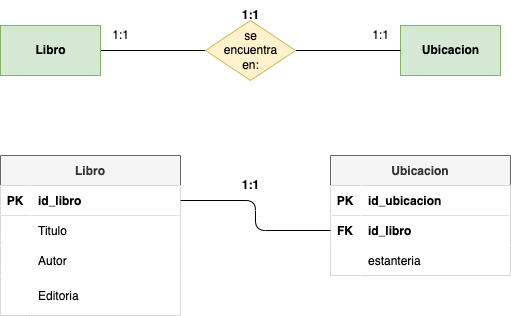
This is tareas/tarea-3/images/ejercicio1.drawio.png from deylansystem/actividadesBAE, a draw.io export, as it was before one commit. Source tidied: cells renumbered, new cells last; positions are measured from the earlier drawing's top-left corner, leaving out a move shared by most shapes.
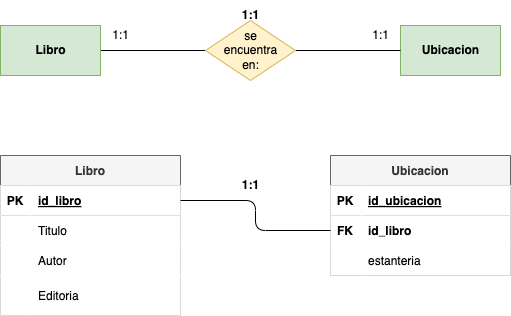
Above is the later version.

What changed in the source:
```diff
@@ -35,7 +35,7 @@
     <mxCell id="12" value="PK" style="shape=partialRectangle;fillColor=#FFFFFF;top=0;left=0;bottom=0;right=0;fontStyle=1;overflow=hidden;fontColor=#000000;" parent="11" vertex="1">
       <mxGeometry width="30" height="30" as="geometry" />
     </mxCell>
-    <mxCell id="13" value="id_libro" style="shape=partialRectangle;fillColor=#FFFFFF;top=0;left=0;bottom=0;right=0;align=left;spacingLeft=6;fontStyle=1;overflow=hidden;fontColor=#000000;" parent="11" vertex="1">
+    <mxCell id="13" value="id_libro" style="shape=partialRectangle;fillColor=#FFFFFF;top=0;left=0;bottom=0;right=0;align=left;spacingLeft=6;fontStyle=5;overflow=hidden;fontColor=#000000;" parent="11" vertex="1">
       <mxGeometry x="30" width="150" height="30" as="geometry" />
     </mxCell>
     <mxCell id="14" style="shape=tableRow;horizontal=0;startSize=0;swimlaneHead=0;swimlaneBody=0;fillColor=#FFFFFF;top=0;left=0;right=0;bottom=0;fontColor=#000000;" parent="10" vertex="1">
@@ -74,7 +74,7 @@
     <mxCell id="25" value="PK" style="shape=partialRectangle;fillColor=#FFFFFF;top=0;left=0;bottom=0;right=0;fontStyle=1;overflow=hidden;fontColor=#000000;" parent="24" vertex="1">
       <mxGeometry width="30" height="30" as="geometry" />
     </mxCell>
-    <mxCell id="26" value="id_ubicacion" style="shape=partialRectangle;fillColor=#FFFFFF;top=0;left=0;bottom=0;right=0;align=left;spacingLeft=6;fontStyle=1;overflow=hidden;fontColor=#000000;" parent="24" vertex="1">
+    <mxCell id="26" value="id_ubicacion" style="shape=partialRectangle;fillColor=#FFFFFF;top=0;left=0;bottom=0;right=0;align=left;spacingLeft=6;fontStyle=5;overflow=hidden;fontColor=#000000;" parent="24" vertex="1">
       <mxGeometry x="30" width="150" height="30" as="geometry" />
     </mxCell>
     <mxCell id="27" style="shape=tableRow;horizontal=0;startSize=0;swimlaneHead=0;swimlaneBody=0;fillColor=#FFFFFF;points=[[0,0.5],[1,0.5]];portConstraint=eastwest;top=0;left=0;right=0;bottom=0;fontColor=#000000;" parent="23" vertex="1">
```
